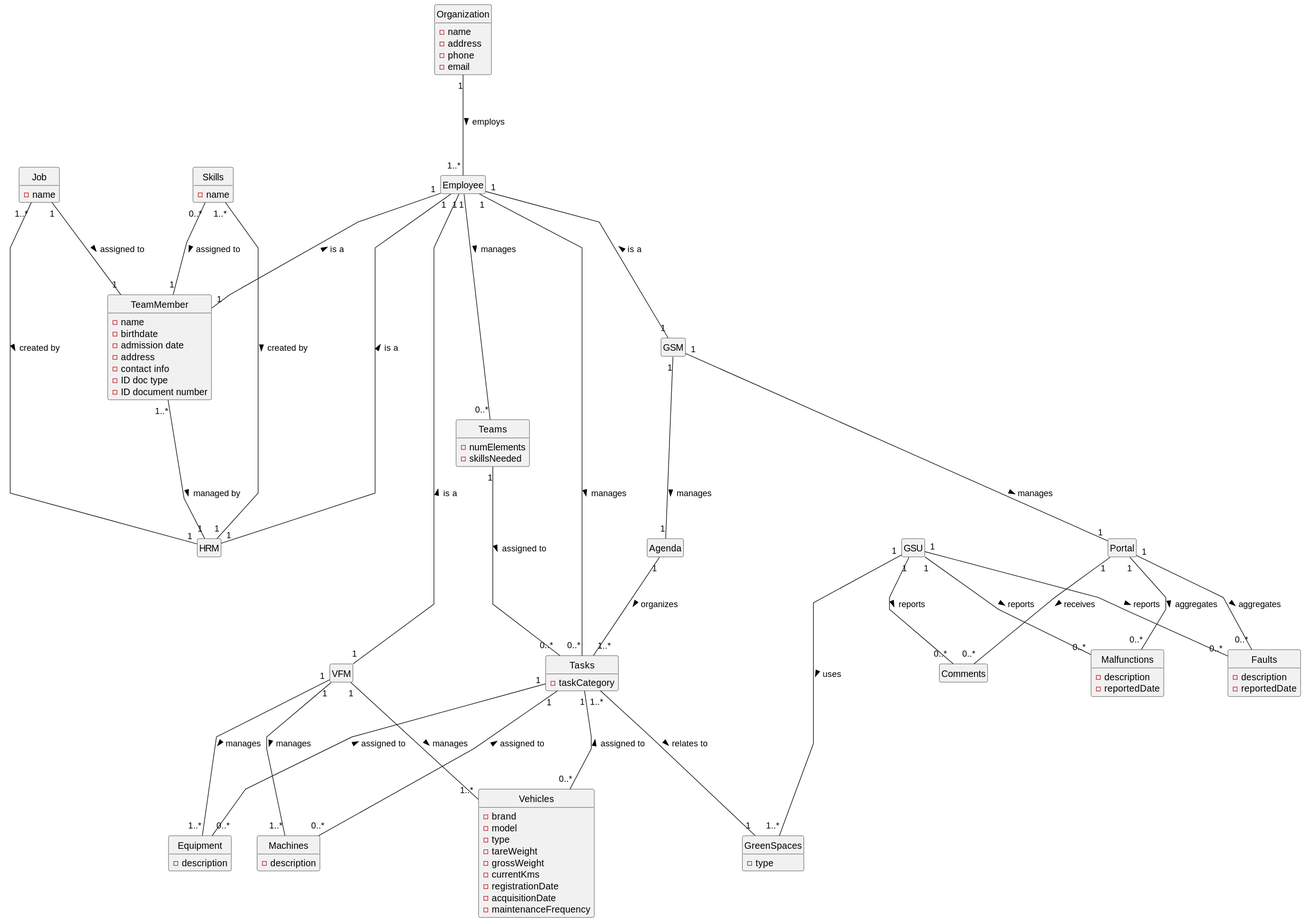
Above: docs/sprintC/global-artifacts/02.analysis/svg/project-domain-model.svg in Mendoncaa/LAPR2 (PlantUML), before the change. Source of this version:
```plantuml
@startuml
hide methods
hide circle
hide empty attributes
skinparam linetype polyline





class Organization {
    -name
    -address
    -phone
    -email
}

class Employee {
}

class TeamMember {
   - name
   - birthdate
   - admission date
   - address
   - contact info
   - ID doc type
   - ID document number
}

class HRM {
}

class GSM {
}

class VFM {
}

class Job {
  - name
}

class Skills {
  - name
}

class Teams {
  - numElements
  - skillsNeeded
}

class Tasks {
  - taskCategory
}

class Agenda {

}

class Malfunctions {
  - description
  - reportedDate
}

class GreenSpaces {
  - type
}

class Equipment {
  - description
}

class Vehicles {
  - brand
  - model
  - type
  - tareWeight
  - grossWeight
  - currentKms
  - registrationDate
  - acquisitionDate
  - maintenanceFrequency
}

class Machines {
  - description
}

class GSU {
}

class Portal {
}

class Faults {
  - description
  - reportedDate
}

class Comments {
}


Organization "1"---"1..*" Employee : employs >

Employee "1"---"1" TeamMember : is a <
Employee "1"---"0..*" Tasks: manages >
Employee "1"---"1" HRM : is a <
Employee "1"---"1" GSM : is a <
Employee "1"---"1" VFM : is a <
Employee "1"---"0..*" Teams : manages >

TeamMember "1..*"---"1" HRM : managed by >

Skills "1..*"---"1" HRM : created by >
Job "1..*"---"1" HRM : created by >
Job "1"---"1" TeamMember: assigned to >
Skills "0..*"---"1" TeamMember : assigned to >


Teams "1"---"0..*" Tasks : assigned to >
Tasks "1..*"---"1" GreenSpaces : relates to >
Agenda "1"---"1..*" Tasks : organizes >

GSM "1"---"1" Portal : manages >
GSM "1"---"1" Agenda : manages >

VFM "1"---"1..*" Vehicles : manages >
VFM "1"---"1..*" Machines : manages >
VFM "1"---"1..*" Equipment : manages >

Tasks "1"---"0..*" Vehicles : assigned to <
Tasks "1"---"0..*" Machines : assigned to <
Tasks "1"---"0..*" Equipment : assigned to <

Portal "1"---"0..*" Malfunctions : aggregates >
Portal "1"---"0..*" Faults : aggregates >
Portal "1"---"0..*" Comments : receives  >

GSU "1"---"1..*" GreenSpaces : uses >
GSU "1"---"0..*" Malfunctions : reports >
GSU "1"---"0..*" Faults : reports >
GSU "1"---"0..*" Comments : reports >
@enduml
```
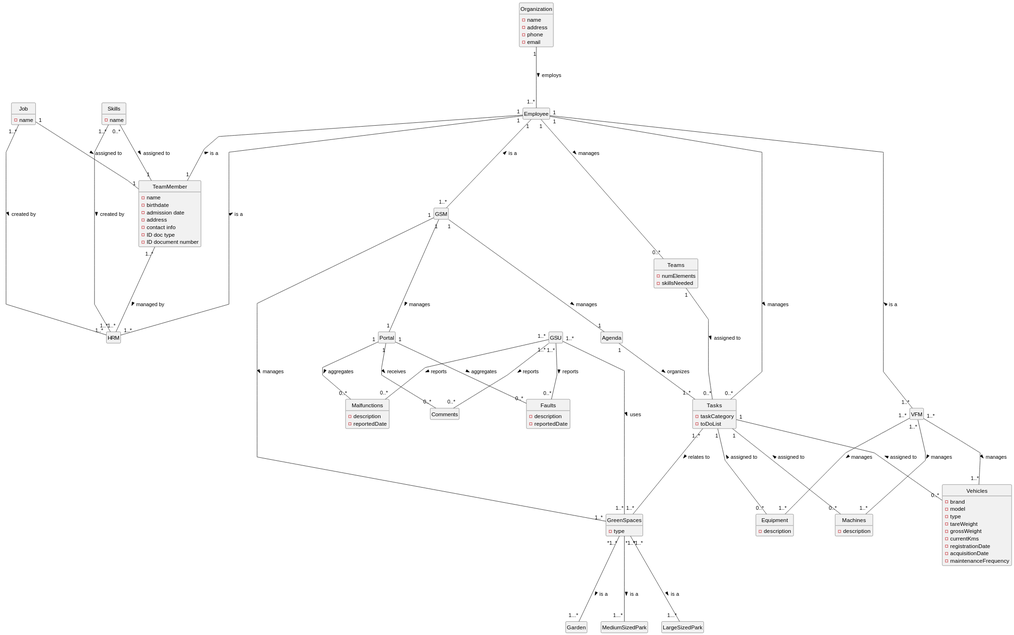
After the change.

The edit, as a diff of the source:
```diff
@@ -52,6 +52,7 @@
 
 class Tasks {
   - taskCategory
+  - toDoList
 }
 
 class Agenda {
@@ -64,8 +65,20 @@
 }
 
 class GreenSpaces {
-  - type
+  -type
 }
+
+class Garden {
+}
+
+class MediumSizedPark {
+}
+
+class LargeSizedPark {
+
+}
+
+
 
 class Equipment {
   - description
@@ -106,29 +119,30 @@
 
 Employee "1"---"1" TeamMember : is a <
 Employee "1"---"0..*" Tasks: manages >
-Employee "1"---"1" HRM : is a <
-Employee "1"---"1" GSM : is a <
-Employee "1"---"1" VFM : is a <
+Employee "1"---"1..*" HRM : is a <
+Employee "1"---"1..*" GSM : is a <
+Employee "1"---"1..*" VFM : is a <
 Employee "1"---"0..*" Teams : manages >
 
-TeamMember "1..*"---"1" HRM : managed by >
+TeamMember "1..*"---"1..*" HRM : managed by >
 
-Skills "1..*"---"1" HRM : created by >
-Job "1..*"---"1" HRM : created by >
+Skills "1..*"---"1..*" HRM : created by >
+Job "1..*"---"1..*" HRM : created by >
 Job "1"---"1" TeamMember: assigned to >
 Skills "0..*"---"1" TeamMember : assigned to >
 
 
 Teams "1"---"0..*" Tasks : assigned to >
-Tasks "1..*"---"1" GreenSpaces : relates to >
+Tasks "1..*"---"1..*" GreenSpaces : relates to >
 Agenda "1"---"1..*" Tasks : organizes >
 
 GSM "1"---"1" Portal : manages >
 GSM "1"---"1" Agenda : manages >
+GSM "1"---"1..*" GreenSpaces : manages >
 
-VFM "1"---"1..*" Vehicles : manages >
-VFM "1"---"1..*" Machines : manages >
-VFM "1"---"1..*" Equipment : manages >
+VFM "1..*"---"1..*" Vehicles : manages >
+VFM "1..*"---"1..*" Machines : manages >
+VFM "1..*"---"1..*" Equipment : manages >
 
 Tasks "1"---"0..*" Vehicles : assigned to <
 Tasks "1"---"0..*" Machines : assigned to <
@@ -138,8 +152,12 @@
 Portal "1"---"0..*" Faults : aggregates >
 Portal "1"---"0..*" Comments : receives  >
 
-GSU "1"---"1..*" GreenSpaces : uses >
-GSU "1"---"0..*" Malfunctions : reports >
-GSU "1"---"0..*" Faults : reports >
-GSU "1"---"0..*" Comments : reports >
+GSU "1..*"---"1..*" GreenSpaces : uses >
+GSU "1..*"---"0..*" Malfunctions : reports >
+GSU "1..*"---"0..*" Faults : reports >
+GSU "1..*"---"0..*" Comments : reports >
+
+GreenSpaces "*1..*"---"1...*" Garden : is a >
+GreenSpaces "*1..*"---"1...*" MediumSizedPark : is a >
+GreenSpaces "*1..*"---"1...*" LargeSizedPark : is a >
 @enduml
```
